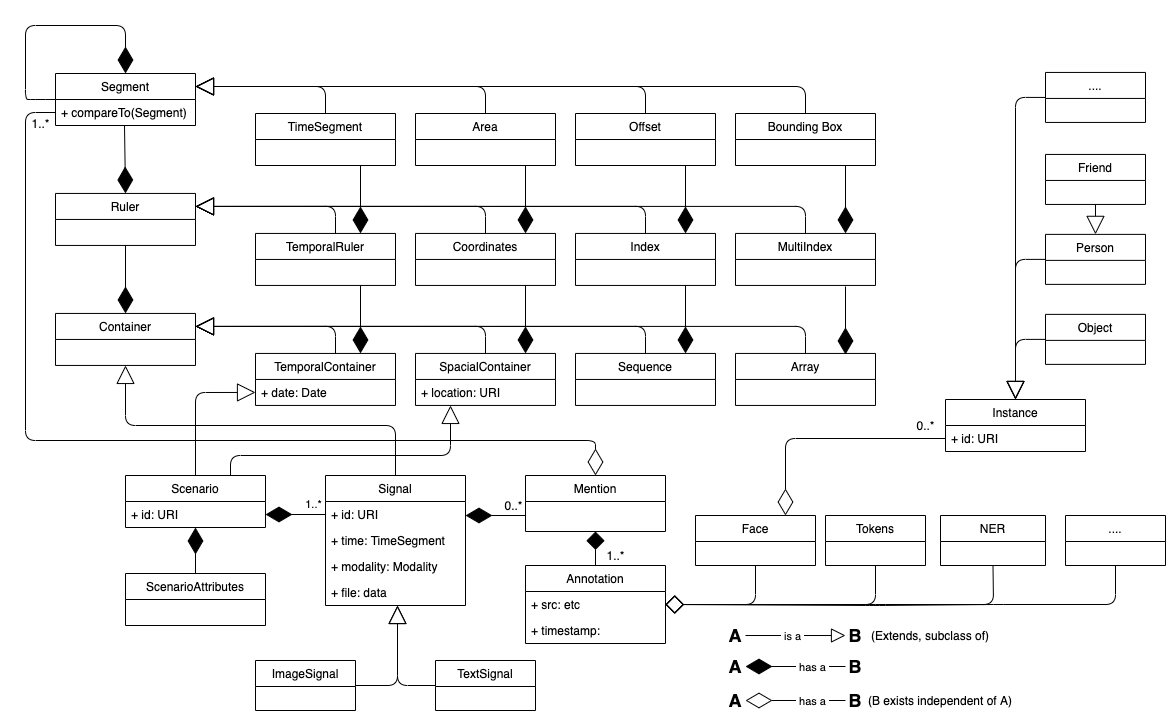
The draw.io diagram gmrc/representation/doc/Datarepresentation.png in leolani/emissor, before a commit. Source tidied: cells renumbered, new cells last; positions are measured from the earlier drawing's top-left corner, leaving out a move shared by most shapes.
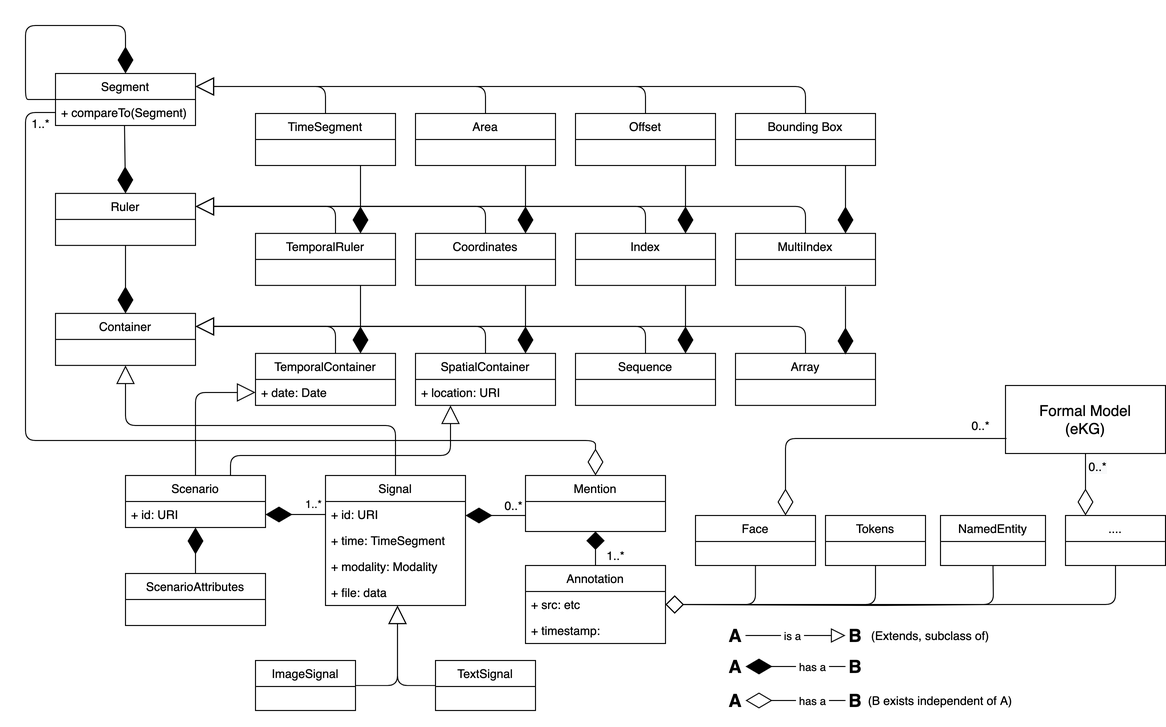
Above is the later version.

Commit message:
Update Datarepresentation UML diagram

Diff of the diagram source:
```diff
@@ -2,6 +2,9 @@
   <root>
     <mxCell id="0" />
     <mxCell id="1" parent="0" />
+    <mxCell id="105" value="Formal Model&lt;br&gt;(eKG)" style="rounded=0;whiteSpace=wrap;html=1;verticalAlign=middle;fontSize=15;" parent="1" vertex="1">
+      <mxGeometry x="980" y="360" width="160" height="68" as="geometry" />
+    </mxCell>
     <mxCell id="2" value="Scenario" style="swimlane;fontStyle=0;horizontal=1;startSize=26;fillColor=none;" parent="1" vertex="1">
       <mxGeometry x="100" y="450" width="140" height="52" as="geometry" />
     </mxCell>
@@ -62,7 +65,7 @@
     <mxCell id="16" value="+ date: Date" style="text;strokeColor=none;fillColor=none;align=left;verticalAlign=top;spacingLeft=4;spacingRight=4;overflow=hidden;" parent="15" vertex="1">
       <mxGeometry y="26" width="140" height="26" as="geometry" />
     </mxCell>
-    <mxCell id="17" value="SpacialContainer" style="swimlane;fontStyle=0;horizontal=1;startSize=26;fillColor=none;" parent="1" vertex="1">
+    <mxCell id="17" value="SpatialContainer" style="swimlane;fontStyle=0;horizontal=1;startSize=26;fillColor=none;" parent="1" vertex="1">
       <mxGeometry x="390" y="327.9" width="140" height="52" as="geometry" />
     </mxCell>
     <mxCell id="18" value="+ location: URI" style="text;strokeColor=none;fillColor=none;align=left;verticalAlign=top;spacingLeft=4;spacingRight=4;overflow=hidden;" parent="17" vertex="1">
@@ -276,33 +279,16 @@
     <mxCell id="68" value="0..*" style="text;html=1;align=center;verticalAlign=middle;" parent="1" vertex="1">
       <mxGeometry x="473" y="470" width="30" height="20" as="geometry" />
     </mxCell>
-    <mxCell id="69" style="endArrow=block;endSize=16;endFill=0;html=1;entryX=0.5;entryY=0;entryDx=0;entryDy=0;exitX=0;exitY=0.5;exitDx=0;exitDy=0;edgeStyle=orthogonalEdgeStyle;" parent="1" edge="1" source="72" target="79">
-      <mxGeometry relative="1" as="geometry" />
-    </mxCell>
-    <mxCell id="70" style="endArrow=block;endSize=16;endFill=0;html=1;entryX=0.5;entryY=0;entryDx=0;entryDy=0;exitX=0.5;exitY=1;exitDx=0;exitDy=0;" parent="1" edge="1" source="74" target="73">
-      <mxGeometry relative="1" as="geometry" />
-    </mxCell>
-    <mxCell id="71" value="...." style="swimlane;fontStyle=0;horizontal=1;startSize=26;fillColor=none;" parent="1" vertex="1">
-      <mxGeometry x="1020" y="46.9" width="100" height="50" as="geometry" />
-    </mxCell>
-    <mxCell id="72" value="Object" style="swimlane;fontStyle=0;horizontal=1;startSize=26;fillColor=none;" parent="1" vertex="1">
-      <mxGeometry x="1020" y="288.9" width="100" height="50" as="geometry" />
-    </mxCell>
-    <mxCell id="73" value="Person" style="swimlane;fontStyle=0;horizontal=1;startSize=26;fillColor=none;" parent="1" vertex="1">
-      <mxGeometry x="1020" y="208.9" width="100" height="50" as="geometry" />
-    </mxCell>
-    <mxCell id="74" value="Friend" style="swimlane;fontStyle=0;horizontal=1;startSize=26;fillColor=none;" parent="1" vertex="1">
-      <mxGeometry x="1020" y="128.9" width="100" height="50" as="geometry" />
-    </mxCell>
-    <mxCell id="75" style="endArrow=diamondThin;endFill=0;endSize=24;html=1;exitX=0;exitY=0.5;exitDx=0;exitDy=0;entryX=0.75;entryY=0;entryDx=0;entryDy=0;" parent="1" edge="1" source="80" target="46">
+    <mxCell id="75" style="endArrow=diamondThin;endFill=0;endSize=24;html=1;entryX=0.75;entryY=0;entryDx=0;entryDy=0;" parent="1" edge="1" target="46">
       <mxGeometry relative="1" as="geometry">
+        <mxPoint x="981" y="413" as="sourcePoint" />
         <Array as="points">
           <mxPoint x="760" y="413" />
         </Array>
       </mxGeometry>
     </mxCell>
     <mxCell id="76" value="0..*" style="text;html=1;align=center;verticalAlign=middle;" parent="1" vertex="1">
-      <mxGeometry x="885" y="390" width="30" height="20" as="geometry" />
+      <mxGeometry x="940" y="390" width="30" height="20" as="geometry" />
     </mxCell>
     <mxCell id="77" style="endArrow=diamondThin;endFill=0;endSize=24;html=1;exitX=0;exitY=0.5;exitDx=0;exitDy=0;entryX=0.5;entryY=0;entryDx=0;entryDy=0;" parent="1" edge="1" source="27" target="48">
       <mxGeometry relative="1" as="geometry">
@@ -313,15 +299,9 @@
         </Array>
       </mxGeometry>
     </mxCell>
-    <mxCell id="78" value="NER" style="swimlane;fontStyle=0;horizontal=1;startSize=26;fillColor=none;" parent="1" vertex="1">
+    <mxCell id="78" value="NamedEntity" style="swimlane;fontStyle=0;horizontal=1;startSize=26;fillColor=none;" parent="1" vertex="1">
       <mxGeometry x="915" y="490" width="105" height="50" as="geometry" />
     </mxCell>
-    <mxCell id="79" value="Instance" style="swimlane;fontStyle=0;horizontal=1;startSize=26;fillColor=none;" parent="1" vertex="1">
-      <mxGeometry x="920" y="374" width="140" height="52" as="geometry" />
-    </mxCell>
-    <mxCell id="80" value="+ id: URI" style="text;strokeColor=none;fillColor=none;align=left;verticalAlign=top;spacingLeft=4;spacingRight=4;overflow=hidden;points=[[0,0.5],[1,0.5]];portConstraint=eastwest;" parent="79" vertex="1">
-      <mxGeometry y="26" width="140" height="26" as="geometry" />
-    </mxCell>
     <mxCell id="81" style="endArrow=block;endSize=16;endFill=0;html=1;entryX=1;entryY=0.25;entryDx=0;entryDy=0;exitX=0.5;exitY=0;exitDx=0;exitDy=0;edgeStyle=orthogonalEdgeStyle;" parent="1" edge="1" source="31" target="26">
       <mxGeometry relative="1" as="geometry" />
     </mxCell>
@@ -407,12 +387,6 @@
         </Array>
       </mxGeometry>
     </mxCell>
-    <mxCell id="94" style="endArrow=block;endSize=16;endFill=0;html=1;entryX=0.5;entryY=0;entryDx=0;entryDy=0;exitX=0;exitY=0.5;exitDx=0;exitDy=0;edgeStyle=orthogonalEdgeStyle;" parent="1" edge="1" source="73" target="79">
-      <mxGeometry relative="1" as="geometry" />
-    </mxCell>
-    <mxCell id="95" style="endArrow=block;endSize=16;endFill=0;html=1;entryX=0.5;entryY=0;entryDx=0;entryDy=0;exitX=0;exitY=0.5;exitDx=0;exitDy=0;edgeStyle=orthogonalEdgeStyle;" parent="1" edge="1" source="71" target="79">
-      <mxGeometry relative="1" as="geometry" />
-    </mxCell>
     <mxCell id="96" value="...." style="swimlane;fontStyle=0;horizontal=1;startSize=26;fillColor=none;" parent="1" vertex="1">
       <mxGeometry x="1040" y="490" width="100" height="50" as="geometry" />
     </mxCell>
@@ -440,5 +414,21 @@
     <mxCell id="104" value="1..*" style="text;html=1;align=center;verticalAlign=middle;" parent="1" vertex="1">
       <mxGeometry x="575" y="520" width="30" height="20" as="geometry" />
     </mxCell>
+    <mxCell id="106" style="endArrow=diamondThin;endFill=0;endSize=24;html=1;entryX=0.75;entryY=0;entryDx=0;entryDy=0;exitX=0.5;exitY=1;exitDx=0;exitDy=0;" parent="1" edge="1" source="105">
+      <mxGeometry relative="1" as="geometry">
+        <mxPoint x="1060" y="490" as="targetPoint" />
+        <Array as="points">
+          <mxPoint x="1060" y="450" />
+        </Array>
+      </mxGeometry>
+    </mxCell>
+    <mxCell id="107" value="&lt;span style=&quot;color: rgba(0 , 0 , 0 , 0) ; font-family: monospace ; font-size: 0px ; background-color: rgb(248 , 249 , 250)&quot;&gt;%3CmxGraphModel%3E%3Croot%3E%3CmxCell%20id%3D%220%22%2F%3E%3CmxCell%20id%3D%221%22%20parent%3D%220%22%2F%3E%3CmxCell%20id%3D%222%22%20value%3D%220..*%22%20style%3D%22text%3Bhtml%3D1%3Balign%3Dcenter%3BverticalAlign%3Dmiddle%3Bresizable%3D0%3Bpoints%3D%5B%5D%3Bautosize%3D1%3B%22%20vertex%3D%221%22%20parent%3D%221%22%3E%3CmxGeometry%20x%3D%221140%22%20y%3D%22370%22%20width%3D%2230%22%20height%3D%2220%22%20as%3D%22geometry%22%2F%3E%3C%2FmxCell%3E%3C%2Froot%3E%3C%2FmxGraphModel%3E&lt;/span&gt;&lt;span style=&quot;color: rgba(0 , 0 , 0 , 0) ; font-family: monospace ; font-size: 0px ; background-color: rgb(248 , 249 , 250)&quot;&gt;%3CmxGraphModel%3E%3Croot%3E%3CmxCell%20id%3D%220%22%2F%3E%3CmxCell%20id%3D%221%22%20parent%3D%220%22%2F%3E%3CmxCell%20id%3D%222%22%20value%3D%220..*%22%20style%3D%22text%3Bhtml%3D1%3Balign%3Dcenter%3BverticalAlign%3Dmiddle%3Bresizable%3D0%3Bpoints%3D%5B%5D%3Bautosize%3D1%3B%22%20vertex%3D%221%22%20parent%3D%221%22%3E%3CmxGeometry%20x%3D%221140%22%20y%3D%22370%22%20width%3D%2230%22%20height%3D%2220%22%20as%3D%22geometry%22%2F%3E%3C%2FmxCell%3E%3C%2Froot%3E%3C%2FmxGraphModel%3E&lt;/span&gt;" style="edgeLabel;html=1;align=center;verticalAlign=middle;" parent="106" vertex="1">
+      <mxGeometry x="-0.74" y="-1" relative="1" as="geometry" />
+    </mxCell>
+    <mxCell id="108" value="&lt;span style=&quot;font-size: 12px ; background-color: rgb(248 , 249 , 250)&quot;&gt;0..*&lt;/span&gt;" style="edgeLabel;html=1;align=center;verticalAlign=middle;" parent="106" vertex="1">
+      <mxGeometry x="-0.61" y="1" relative="1" as="geometry">
+        <mxPoint x="10" as="offset" />
+      </mxGeometry>
+    </mxCell>
   </root>
 </mxGraphModel>
```
